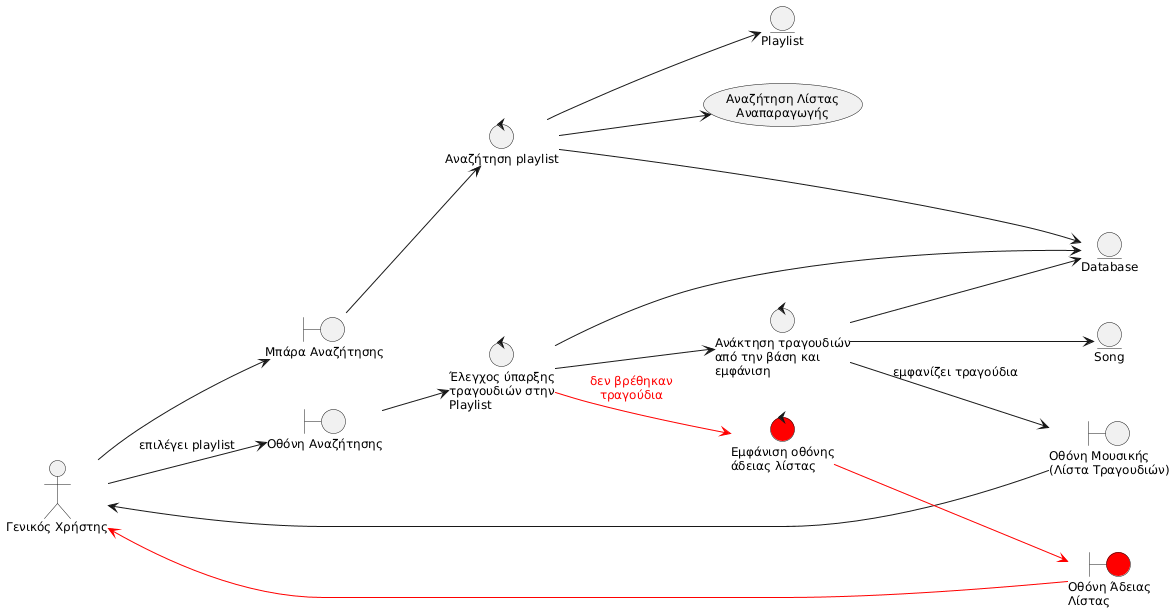
Earlier version of the PlantUML export Paradoteo_4/Robustness-diagrams-v0.3/2. Select Playlist from Search.png (RubenKingCP/Tunix). Source of this version:
```plantuml
@startuml
skinparam defaultFontSize 12
left to right direction

actor "Γενικός Χρήστης" as GX

boundary "Μπάρα Αναζήτησης" as B_SRB
boundary "Οθόνη Αναζήτησης" as B_SRC
boundary "Οθόνη Μουσικής\n(Λίστα Τραγουδιών)" as B_MUSIC
boundary "Οθόνη Άδειας\nΛίστας" as B_EMPTY #red

control "Αναζήτηση playlist" as C_SRP
control "Έλεγχος ύπαρξης\nτραγουδιών στην\nPlaylist" as C_SG
control "Ανάκτηση τραγουδιών\nαπό την βάση και\nεμφάνιση" as C_GT
control "Εμφάνιση οθόνης\nάδειας λίστας" as C_EM #red

entity "Database" as E_DB
entity "Song" as E_SONG
entity "Playlist" as E_PL

usecase "Αναζήτηση Λίστας\nΑναπαραγωγής" as UC_SRP


GX --> B_SRB
B_SRB --> C_SRP
C_SRP --> UC_SRP
C_SRP --> E_PL
C_SRP --> E_DB
GX --> B_SRC : επιλέγει playlist
B_SRC --> C_SG
C_SG --> E_DB
C_SG --> C_GT
C_GT --> E_SONG
C_GT --> E_DB
C_GT --> B_MUSIC : εμφανίζει τραγούδια
B_MUSIC --> GX
C_SG -[#red]-> C_EM : <font color="red">δεν βρέθηκαν</font>\n<font color="red">τραγούδια</font>
C_EM -[#red]-> B_EMPTY
B_EMPTY -[#red]-> GX
@enduml
```
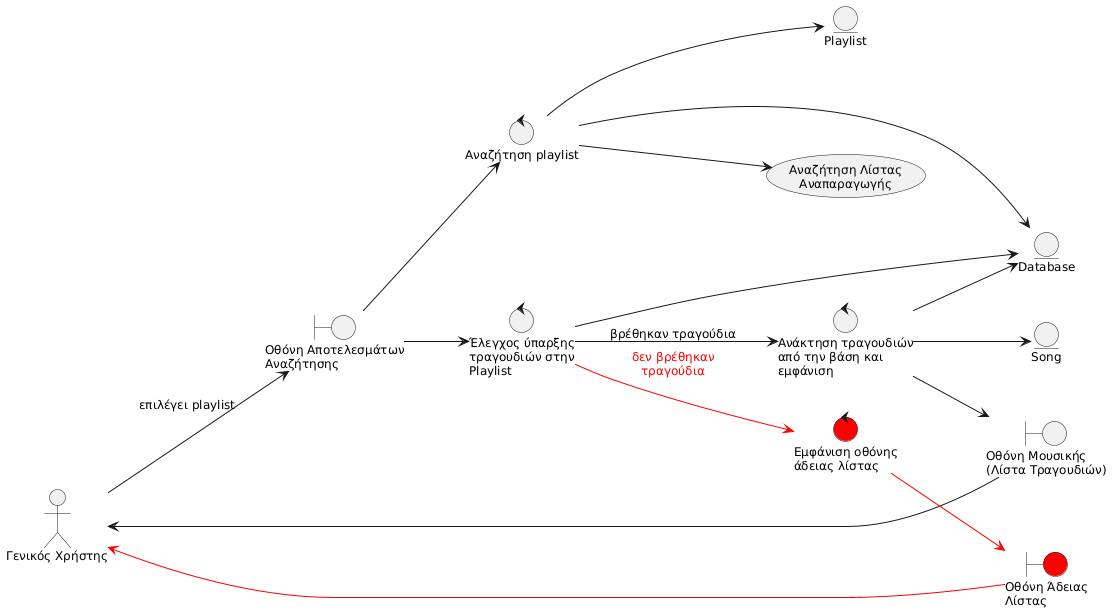
The same diagram one commit later.

Change to the diagram source:
```diff
@@ -4,8 +4,7 @@
 
 actor "Γενικός Χρήστης" as GX
 
-boundary "Μπάρα Αναζήτησης" as B_SRB
-boundary "Οθόνη Αναζήτησης" as B_SRC
+boundary "Οθόνη Αποτελεσμάτων\nΑναζήτησης" as B_SRC
 boundary "Οθόνη Μουσικής\n(Λίστα Τραγουδιών)" as B_MUSIC
 boundary "Οθόνη Άδειας\nΛίστας" as B_EMPTY #red
 
@@ -21,18 +20,17 @@
 usecase "Αναζήτηση Λίστας\nΑναπαραγωγής" as UC_SRP
 
 
-GX --> B_SRB
-B_SRB --> C_SRP
+B_SRC --> C_SRP
 C_SRP --> UC_SRP
 C_SRP --> E_PL
 C_SRP --> E_DB
 GX --> B_SRC : επιλέγει playlist
 B_SRC --> C_SG
 C_SG --> E_DB
-C_SG --> C_GT
+C_SG --> C_GT : βρέθηκαν τραγούδια
 C_GT --> E_SONG
 C_GT --> E_DB
-C_GT --> B_MUSIC : εμφανίζει τραγούδια
+C_GT --> B_MUSIC
 B_MUSIC --> GX
 C_SG -[#red]-> C_EM : <font color="red">δεν βρέθηκαν</font>\n<font color="red">τραγούδια</font>
 C_EM -[#red]-> B_EMPTY
```
